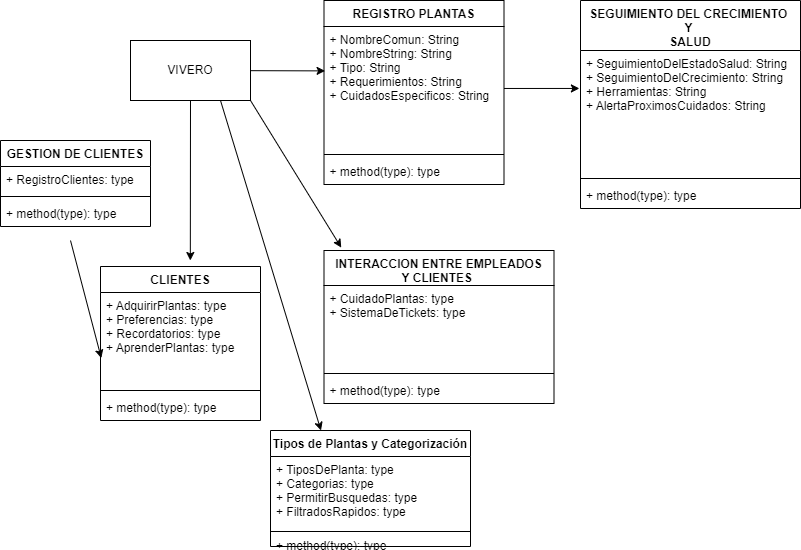
JuanEstebanGaleano/Programacion-1 keeps this draw.io diagram as Proyecto/demo/vivero.drawio.png. Above is the earlier version. Source tidied: cells renumbered, new cells last; positions are measured from the earlier drawing's top-left corner, leaving out a move shared by most shapes. Source of this version:
```xml
<mxGraphModel>
  <root>
    <mxCell id="0" />
    <mxCell id="1" parent="0" />
    <mxCell id="2" style="edgeStyle=none;html=1;entryX=0.006;entryY=0.358;entryDx=0;entryDy=0;entryPerimeter=0;" parent="1" edge="1" source="6" target="8">
      <mxGeometry relative="1" as="geometry" />
    </mxCell>
    <mxCell id="3" style="edgeStyle=none;html=1;exitX=0.5;exitY=1;exitDx=0;exitDy=0;" parent="1" edge="1" source="6">
      <mxGeometry relative="1" as="geometry">
        <mxPoint x="189.8" y="260" as="targetPoint" />
      </mxGeometry>
    </mxCell>
    <mxCell id="4" style="edgeStyle=none;html=1;exitX=1;exitY=1;exitDx=0;exitDy=0;entryX=0.075;entryY=-0.019;entryDx=0;entryDy=0;entryPerimeter=0;" parent="1" edge="1" source="6" target="20">
      <mxGeometry relative="1" as="geometry" />
    </mxCell>
    <mxCell id="5" style="edgeStyle=none;html=1;exitX=0.75;exitY=1;exitDx=0;exitDy=0;entryX=0.25;entryY=0;entryDx=0;entryDy=0;" parent="1" edge="1" source="6">
      <mxGeometry relative="1" as="geometry">
        <mxPoint x="320.5" y="430" as="targetPoint" />
      </mxGeometry>
    </mxCell>
    <mxCell id="6" value="VIVERO" style="whiteSpace=wrap;html=1;" parent="1" vertex="1">
      <mxGeometry x="130" y="40" width="120" height="60" as="geometry" />
    </mxCell>
    <mxCell id="7" value="REGISTRO PLANTAS" style="swimlane;fontStyle=1;align=center;verticalAlign=top;horizontal=1;startSize=26;" parent="1" vertex="1">
      <mxGeometry x="323.5" width="180" height="184" as="geometry" />
    </mxCell>
    <mxCell id="8" value="+ NombreComun: String&#10;+ NombreString: String&#10;+ Tipo: String&#10;+ Requerimientos: String&#10;+ CuidadosEspecificos: String&#10;&#10;&#10;&#10;&#10;" style="text;strokeColor=none;fillColor=none;align=left;verticalAlign=top;spacingLeft=4;spacingRight=4;overflow=hidden;points=[[0,0.5],[1,0.5]];portConstraint=eastwest;" parent="7" vertex="1">
      <mxGeometry y="26" width="180" height="124" as="geometry" />
    </mxCell>
    <mxCell id="9" style="line;strokeWidth=1;fillColor=none;align=left;verticalAlign=middle;spacingTop=-1;spacingLeft=3;spacingRight=3;labelPosition=right;strokeColor=inherit;" parent="7" vertex="1">
      <mxGeometry y="150" width="180" height="8" as="geometry" />
    </mxCell>
    <mxCell id="10" value="+ method(type): type" style="text;strokeColor=none;fillColor=none;align=left;verticalAlign=top;spacingLeft=4;spacingRight=4;overflow=hidden;" parent="7" vertex="1">
      <mxGeometry y="158" width="180" height="26" as="geometry" />
    </mxCell>
    <mxCell id="11" value="SEGUIMIENTO DEL CRECIMIENTO &#10;Y &#10;SALUD" style="swimlane;fontStyle=1;align=center;verticalAlign=top;horizontal=1;startSize=50;" parent="1" vertex="1">
      <mxGeometry x="580" width="220" height="208" as="geometry" />
    </mxCell>
    <mxCell id="12" value="+ SeguimientoDelEstadoSalud: String&#10;+ SeguimientoDelCrecimiento: String&#10;+ Herramientas: String&#10;+ AlertaProximosCuidados: String&#10;&#10;&#10;&#10;&#10;" style="text;strokeColor=none;fillColor=none;align=left;verticalAlign=top;spacingLeft=4;spacingRight=4;overflow=hidden;points=[[0,0.5],[1,0.5]];portConstraint=eastwest;" parent="11" vertex="1">
      <mxGeometry y="50" width="220" height="124" as="geometry" />
    </mxCell>
    <mxCell id="13" style="line;strokeWidth=1;fillColor=none;align=left;verticalAlign=middle;spacingTop=-1;spacingLeft=3;spacingRight=3;labelPosition=right;strokeColor=inherit;" parent="11" vertex="1">
      <mxGeometry y="174" width="220" height="8" as="geometry" />
    </mxCell>
    <mxCell id="14" value="+ method(type): type" style="text;strokeColor=none;fillColor=none;align=left;verticalAlign=top;spacingLeft=4;spacingRight=4;overflow=hidden;" parent="11" vertex="1">
      <mxGeometry y="182" width="220" height="26" as="geometry" />
    </mxCell>
    <mxCell id="15" style="edgeStyle=none;html=1;entryX=-0.005;entryY=0.306;entryDx=0;entryDy=0;entryPerimeter=0;" parent="1" edge="1" source="8" target="12">
      <mxGeometry relative="1" as="geometry" />
    </mxCell>
    <mxCell id="16" value="CLIENTES" style="swimlane;fontStyle=1;align=center;verticalAlign=top;horizontal=1;startSize=26;" parent="1" vertex="1">
      <mxGeometry x="100" y="266" width="160" height="154" as="geometry" />
    </mxCell>
    <mxCell id="17" value="+ AdquirirPlantas: type&#10;+ Preferencias: type&#10;+ Recordatorios: type&#10;+ AprenderPlantas: type&#10;&#10;&#10;&#10;" style="text;strokeColor=none;fillColor=none;align=left;verticalAlign=top;spacingLeft=4;spacingRight=4;overflow=hidden;points=[[0,0.5],[1,0.5]];portConstraint=eastwest;" parent="16" vertex="1">
      <mxGeometry y="26" width="160" height="94" as="geometry" />
    </mxCell>
    <mxCell id="18" style="line;strokeWidth=1;fillColor=none;align=left;verticalAlign=middle;spacingTop=-1;spacingLeft=3;spacingRight=3;labelPosition=right;strokeColor=inherit;" parent="16" vertex="1">
      <mxGeometry y="120" width="160" height="8" as="geometry" />
    </mxCell>
    <mxCell id="19" value="+ method(type): type" style="text;strokeColor=none;fillColor=none;align=left;verticalAlign=top;spacingLeft=4;spacingRight=4;overflow=hidden;points=[[0,0.5],[1,0.5]];portConstraint=eastwest;" parent="16" vertex="1">
      <mxGeometry y="128" width="160" height="26" as="geometry" />
    </mxCell>
    <mxCell id="20" value="INTERACCION ENTRE EMPLEADOS &#10;Y CLIENTES &#10;" style="swimlane;fontStyle=1;align=center;verticalAlign=top;horizontal=1;startSize=35;" parent="1" vertex="1">
      <mxGeometry x="323.5" y="250" width="230" height="153" as="geometry" />
    </mxCell>
    <mxCell id="21" value="+ CuidadoPlantas: type&#10;+ SistemaDeTickets: type&#10;" style="text;strokeColor=none;fillColor=none;align=left;verticalAlign=top;spacingLeft=4;spacingRight=4;overflow=hidden;points=[[0,0.5],[1,0.5]];portConstraint=eastwest;" parent="20" vertex="1">
      <mxGeometry y="35" width="230" height="84" as="geometry" />
    </mxCell>
    <mxCell id="22" style="line;strokeWidth=1;fillColor=none;align=left;verticalAlign=middle;spacingTop=-1;spacingLeft=3;spacingRight=3;labelPosition=right;strokeColor=inherit;" parent="20" vertex="1">
      <mxGeometry y="119" width="230" height="8" as="geometry" />
    </mxCell>
    <mxCell id="23" value="+ method(type): type" style="text;strokeColor=none;fillColor=none;align=left;verticalAlign=top;spacingLeft=4;spacingRight=4;overflow=hidden;" parent="20" vertex="1">
      <mxGeometry y="127" width="230" height="26" as="geometry" />
    </mxCell>
    <mxCell id="24" value="GESTION DE CLIENTES" style="swimlane;fontStyle=1;align=center;verticalAlign=top;horizontal=1;startSize=26;" parent="1" vertex="1">
      <mxGeometry y="140" width="150" height="86" as="geometry" />
    </mxCell>
    <mxCell id="25" value="+ RegistroClientes: type" style="text;strokeColor=none;fillColor=none;align=left;verticalAlign=top;spacingLeft=4;spacingRight=4;overflow=hidden;" parent="24" vertex="1">
      <mxGeometry y="26" width="150" height="26" as="geometry" />
    </mxCell>
    <mxCell id="26" style="line;strokeWidth=1;fillColor=none;align=left;verticalAlign=middle;spacingTop=-1;spacingLeft=3;spacingRight=3;labelPosition=right;strokeColor=inherit;" parent="24" vertex="1">
      <mxGeometry y="52" width="150" height="8" as="geometry" />
    </mxCell>
    <mxCell id="27" value="+ method(type): type" style="text;strokeColor=none;fillColor=none;align=left;verticalAlign=top;spacingLeft=4;spacingRight=4;overflow=hidden;" parent="24" vertex="1">
      <mxGeometry y="60" width="150" height="26" as="geometry" />
    </mxCell>
    <mxCell id="28" style="edgeStyle=none;html=1;entryX=0.005;entryY=0.698;entryDx=0;entryDy=0;entryPerimeter=0;" parent="1" edge="1" target="17">
      <mxGeometry relative="1" as="geometry">
        <mxPoint x="70" y="240" as="sourcePoint" />
      </mxGeometry>
    </mxCell>
    <mxCell id="29" value="Tipos de Plantas y Categorización&#10;" style="swimlane;fontStyle=1;align=center;verticalAlign=top;horizontal=1;startSize=26;" parent="1" vertex="1">
      <mxGeometry x="270" y="430" width="200" height="116" as="geometry" />
    </mxCell>
    <mxCell id="30" value="+ TiposDePlanta: type&#10;+ Categorias: type&#10;+ PermitirBusquedas: type&#10;+ FiltradosRapidos: type" style="text;strokeColor=none;fillColor=none;align=left;verticalAlign=top;spacingLeft=4;spacingRight=4;overflow=hidden;" parent="29" vertex="1">
      <mxGeometry y="26" width="200" height="74" as="geometry" />
    </mxCell>
    <mxCell id="31" style="line;strokeWidth=1;fillColor=none;align=left;verticalAlign=middle;spacingTop=-1;spacingLeft=3;spacingRight=3;labelPosition=right;strokeColor=inherit;" parent="29" vertex="1">
      <mxGeometry y="100" width="200" height="2" as="geometry" />
    </mxCell>
    <mxCell id="32" value="+ method(type): type" style="text;strokeColor=none;fillColor=none;align=left;verticalAlign=top;spacingLeft=4;spacingRight=4;overflow=hidden;" parent="29" vertex="1">
      <mxGeometry y="102" width="200" height="14" as="geometry" />
    </mxCell>
  </root>
</mxGraphModel>
```
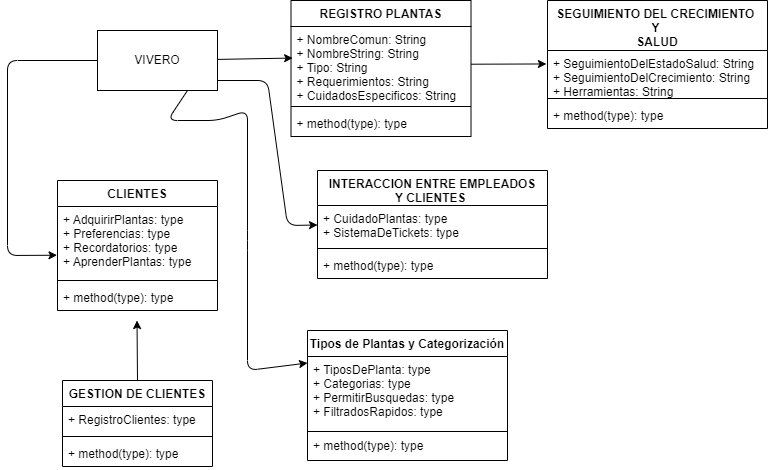
Above is the later version.

Diff of the diagram source:
```diff
@@ -2,78 +2,108 @@
   <root>
     <mxCell id="0" />
     <mxCell id="1" parent="0" />
-    <mxCell id="2" style="edgeStyle=none;html=1;entryX=0.006;entryY=0.358;entryDx=0;entryDy=0;entryPerimeter=0;" parent="1" edge="1" source="6" target="8">
-      <mxGeometry relative="1" as="geometry" />
-    </mxCell>
-    <mxCell id="3" style="edgeStyle=none;html=1;exitX=0.5;exitY=1;exitDx=0;exitDy=0;" parent="1" edge="1" source="6">
-      <mxGeometry relative="1" as="geometry">
-        <mxPoint x="189.8" y="260" as="targetPoint" />
-      </mxGeometry>
-    </mxCell>
-    <mxCell id="4" style="edgeStyle=none;html=1;exitX=1;exitY=1;exitDx=0;exitDy=0;entryX=0.075;entryY=-0.019;entryDx=0;entryDy=0;entryPerimeter=0;" parent="1" edge="1" source="6" target="20">
-      <mxGeometry relative="1" as="geometry" />
+    <mxCell id="4" style="edgeStyle=none;html=1;entryX=0;entryY=0.5;entryDx=0;entryDy=0;" parent="1" edge="1" target="21">
+      <mxGeometry relative="1" as="geometry">
+        <mxPoint x="250" y="80" as="sourcePoint" />
+        <Array as="points">
+          <mxPoint x="300" y="80" />
+          <mxPoint x="320" y="225" />
+        </Array>
+      </mxGeometry>
     </mxCell>
-    <mxCell id="5" style="edgeStyle=none;html=1;exitX=0.75;exitY=1;exitDx=0;exitDy=0;entryX=0.25;entryY=0;entryDx=0;entryDy=0;" parent="1" edge="1" source="6">
+    <mxCell id="5" style="edgeStyle=none;html=1;exitX=0.75;exitY=1;exitDx=0;exitDy=0;entryX=0;entryY=0.25;entryDx=0;entryDy=0;" parent="1" edge="1" source="6" target="29">
       <mxGeometry relative="1" as="geometry">
-        <mxPoint x="320.5" y="430" as="targetPoint" />
+        <Array as="points">
+          <mxPoint x="200" y="120" />
+          <mxPoint x="250" y="120" />
+          <mxPoint x="280" y="110" />
+          <mxPoint x="280" y="240" />
+          <mxPoint x="280" y="370" />
+        </Array>
       </mxGeometry>
     </mxCell>
+    <mxCell id="2" style="edgeStyle=none;html=1;entryX=0.009;entryY=0.415;entryDx=0;entryDy=0;entryPerimeter=0;" parent="1" edge="1" source="6" target="8">
+      <mxGeometry relative="1" as="geometry" />
+    </mxCell>
+    <mxCell id="33" style="edgeStyle=none;html=1;exitX=0;exitY=0.5;exitDx=0;exitDy=0;entryX=-0.003;entryY=0.696;entryDx=0;entryDy=0;entryPerimeter=0;" parent="1" edge="1" source="6" target="17">
+      <mxGeometry relative="1" as="geometry">
+        <Array as="points">
+          <mxPoint x="40" y="60" />
+          <mxPoint x="40" y="255" />
+        </Array>
+      </mxGeometry>
+    </mxCell>
     <mxCell id="6" value="VIVERO" style="whiteSpace=wrap;html=1;" parent="1" vertex="1">
-      <mxGeometry x="130" y="40" width="120" height="60" as="geometry" />
+      <mxGeometry x="130" y="30" width="120" height="60" as="geometry" />
     </mxCell>
     <mxCell id="7" value="REGISTRO PLANTAS" style="swimlane;fontStyle=1;align=center;verticalAlign=top;horizontal=1;startSize=26;" parent="1" vertex="1">
-      <mxGeometry x="323.5" width="180" height="184" as="geometry" />
+      <mxGeometry x="323.5" width="180" height="136" as="geometry" />
     </mxCell>
     <mxCell id="8" value="+ NombreComun: String&#10;+ NombreString: String&#10;+ Tipo: String&#10;+ Requerimientos: String&#10;+ CuidadosEspecificos: String&#10;&#10;&#10;&#10;&#10;" style="text;strokeColor=none;fillColor=none;align=left;verticalAlign=top;spacingLeft=4;spacingRight=4;overflow=hidden;points=[[0,0.5],[1,0.5]];portConstraint=eastwest;" parent="7" vertex="1">
-      <mxGeometry y="26" width="180" height="124" as="geometry" />
+      <mxGeometry y="26" width="180" height="76" as="geometry" />
     </mxCell>
     <mxCell id="9" style="line;strokeWidth=1;fillColor=none;align=left;verticalAlign=middle;spacingTop=-1;spacingLeft=3;spacingRight=3;labelPosition=right;strokeColor=inherit;" parent="7" vertex="1">
-      <mxGeometry y="150" width="180" height="8" as="geometry" />
+      <mxGeometry y="102" width="180" height="8" as="geometry" />
     </mxCell>
     <mxCell id="10" value="+ method(type): type" style="text;strokeColor=none;fillColor=none;align=left;verticalAlign=top;spacingLeft=4;spacingRight=4;overflow=hidden;" parent="7" vertex="1">
-      <mxGeometry y="158" width="180" height="26" as="geometry" />
+      <mxGeometry y="110" width="180" height="26" as="geometry" />
     </mxCell>
     <mxCell id="11" value="SEGUIMIENTO DEL CRECIMIENTO &#10;Y &#10;SALUD" style="swimlane;fontStyle=1;align=center;verticalAlign=top;horizontal=1;startSize=50;" parent="1" vertex="1">
-      <mxGeometry x="580" width="220" height="208" as="geometry" />
+      <mxGeometry x="580" width="220" height="128" as="geometry" />
     </mxCell>
     <mxCell id="12" value="+ SeguimientoDelEstadoSalud: String&#10;+ SeguimientoDelCrecimiento: String&#10;+ Herramientas: String&#10;+ AlertaProximosCuidados: String&#10;&#10;&#10;&#10;&#10;" style="text;strokeColor=none;fillColor=none;align=left;verticalAlign=top;spacingLeft=4;spacingRight=4;overflow=hidden;points=[[0,0.5],[1,0.5]];portConstraint=eastwest;" parent="11" vertex="1">
-      <mxGeometry y="50" width="220" height="124" as="geometry" />
+      <mxGeometry y="50" width="220" height="44" as="geometry" />
     </mxCell>
     <mxCell id="13" style="line;strokeWidth=1;fillColor=none;align=left;verticalAlign=middle;spacingTop=-1;spacingLeft=3;spacingRight=3;labelPosition=right;strokeColor=inherit;" parent="11" vertex="1">
-      <mxGeometry y="174" width="220" height="8" as="geometry" />
+      <mxGeometry y="94" width="220" height="8" as="geometry" />
     </mxCell>
     <mxCell id="14" value="+ method(type): type" style="text;strokeColor=none;fillColor=none;align=left;verticalAlign=top;spacingLeft=4;spacingRight=4;overflow=hidden;" parent="11" vertex="1">
-      <mxGeometry y="182" width="220" height="26" as="geometry" />
+      <mxGeometry y="102" width="220" height="26" as="geometry" />
     </mxCell>
     <mxCell id="15" style="edgeStyle=none;html=1;entryX=-0.005;entryY=0.306;entryDx=0;entryDy=0;entryPerimeter=0;" parent="1" edge="1" source="8" target="12">
       <mxGeometry relative="1" as="geometry" />
     </mxCell>
     <mxCell id="16" value="CLIENTES" style="swimlane;fontStyle=1;align=center;verticalAlign=top;horizontal=1;startSize=26;" parent="1" vertex="1">
-      <mxGeometry x="100" y="266" width="160" height="154" as="geometry" />
+      <mxGeometry x="90" y="180" width="160" height="130" as="geometry" />
     </mxCell>
     <mxCell id="17" value="+ AdquirirPlantas: type&#10;+ Preferencias: type&#10;+ Recordatorios: type&#10;+ AprenderPlantas: type&#10;&#10;&#10;&#10;" style="text;strokeColor=none;fillColor=none;align=left;verticalAlign=top;spacingLeft=4;spacingRight=4;overflow=hidden;points=[[0,0.5],[1,0.5]];portConstraint=eastwest;" parent="16" vertex="1">
-      <mxGeometry y="26" width="160" height="94" as="geometry" />
+      <mxGeometry y="26" width="160" height="70" as="geometry" />
     </mxCell>
     <mxCell id="18" style="line;strokeWidth=1;fillColor=none;align=left;verticalAlign=middle;spacingTop=-1;spacingLeft=3;spacingRight=3;labelPosition=right;strokeColor=inherit;" parent="16" vertex="1">
-      <mxGeometry y="120" width="160" height="8" as="geometry" />
+      <mxGeometry y="96" width="160" height="8" as="geometry" />
     </mxCell>
     <mxCell id="19" value="+ method(type): type" style="text;strokeColor=none;fillColor=none;align=left;verticalAlign=top;spacingLeft=4;spacingRight=4;overflow=hidden;points=[[0,0.5],[1,0.5]];portConstraint=eastwest;" parent="16" vertex="1">
-      <mxGeometry y="128" width="160" height="26" as="geometry" />
+      <mxGeometry y="104" width="160" height="26" as="geometry" />
     </mxCell>
     <mxCell id="20" value="INTERACCION ENTRE EMPLEADOS &#10;Y CLIENTES &#10;" style="swimlane;fontStyle=1;align=center;verticalAlign=top;horizontal=1;startSize=35;" parent="1" vertex="1">
-      <mxGeometry x="323.5" y="250" width="230" height="153" as="geometry" />
+      <mxGeometry x="350" y="170" width="230" height="108" as="geometry" />
     </mxCell>
     <mxCell id="21" value="+ CuidadoPlantas: type&#10;+ SistemaDeTickets: type&#10;" style="text;strokeColor=none;fillColor=none;align=left;verticalAlign=top;spacingLeft=4;spacingRight=4;overflow=hidden;points=[[0,0.5],[1,0.5]];portConstraint=eastwest;" parent="20" vertex="1">
-      <mxGeometry y="35" width="230" height="84" as="geometry" />
+      <mxGeometry y="35" width="230" height="39" as="geometry" />
     </mxCell>
     <mxCell id="22" style="line;strokeWidth=1;fillColor=none;align=left;verticalAlign=middle;spacingTop=-1;spacingLeft=3;spacingRight=3;labelPosition=right;strokeColor=inherit;" parent="20" vertex="1">
-      <mxGeometry y="119" width="230" height="8" as="geometry" />
+      <mxGeometry y="74" width="230" height="8" as="geometry" />
     </mxCell>
     <mxCell id="23" value="+ method(type): type" style="text;strokeColor=none;fillColor=none;align=left;verticalAlign=top;spacingLeft=4;spacingRight=4;overflow=hidden;" parent="20" vertex="1">
-      <mxGeometry y="127" width="230" height="26" as="geometry" />
+      <mxGeometry y="82" width="230" height="26" as="geometry" />
     </mxCell>
+    <mxCell id="29" value="Tipos de Plantas y Categorización&#10;" style="swimlane;fontStyle=1;align=center;verticalAlign=top;horizontal=1;startSize=26;" parent="1" vertex="1">
+      <mxGeometry x="340" y="330" width="200" height="130" as="geometry" />
+    </mxCell>
+    <mxCell id="30" value="+ TiposDePlanta: type&#10;+ Categorias: type&#10;+ PermitirBusquedas: type&#10;+ FiltradosRapidos: type" style="text;strokeColor=none;fillColor=none;align=left;verticalAlign=top;spacingLeft=4;spacingRight=4;overflow=hidden;" parent="29" vertex="1">
+      <mxGeometry y="26" width="200" height="74" as="geometry" />
+    </mxCell>
+    <mxCell id="31" style="line;strokeWidth=1;fillColor=none;align=left;verticalAlign=middle;spacingTop=-1;spacingLeft=3;spacingRight=3;labelPosition=right;strokeColor=inherit;" parent="29" vertex="1">
+      <mxGeometry y="100" width="200" height="2" as="geometry" />
+    </mxCell>
+    <mxCell id="32" value="+ method(type): type" style="text;strokeColor=none;fillColor=none;align=left;verticalAlign=top;spacingLeft=4;spacingRight=4;overflow=hidden;" parent="29" vertex="1">
+      <mxGeometry y="102" width="200" height="28" as="geometry" />
+    </mxCell>
+    <mxCell id="34" style="edgeStyle=none;html=1;exitX=0.5;exitY=0;exitDx=0;exitDy=0;entryX=0.497;entryY=1.385;entryDx=0;entryDy=0;entryPerimeter=0;" parent="1" edge="1" source="24" target="19">
+      <mxGeometry relative="1" as="geometry" />
+    </mxCell>
     <mxCell id="24" value="GESTION DE CLIENTES" style="swimlane;fontStyle=1;align=center;verticalAlign=top;horizontal=1;startSize=26;" parent="1" vertex="1">
-      <mxGeometry y="140" width="150" height="86" as="geometry" />
+      <mxGeometry x="95" y="380" width="150" height="86" as="geometry" />
     </mxCell>
     <mxCell id="25" value="+ RegistroClientes: type" style="text;strokeColor=none;fillColor=none;align=left;verticalAlign=top;spacingLeft=4;spacingRight=4;overflow=hidden;" parent="24" vertex="1">
       <mxGeometry y="26" width="150" height="26" as="geometry" />
@@ -84,22 +114,5 @@
     <mxCell id="27" value="+ method(type): type" style="text;strokeColor=none;fillColor=none;align=left;verticalAlign=top;spacingLeft=4;spacingRight=4;overflow=hidden;" parent="24" vertex="1">
       <mxGeometry y="60" width="150" height="26" as="geometry" />
     </mxCell>
-    <mxCell id="28" style="edgeStyle=none;html=1;entryX=0.005;entryY=0.698;entryDx=0;entryDy=0;entryPerimeter=0;" parent="1" edge="1" target="17">
-      <mxGeometry relative="1" as="geometry">
-        <mxPoint x="70" y="240" as="sourcePoint" />
-      </mxGeometry>
-    </mxCell>
-    <mxCell id="29" value="Tipos de Plantas y Categorización&#10;" style="swimlane;fontStyle=1;align=center;verticalAlign=top;horizontal=1;startSize=26;" parent="1" vertex="1">
-      <mxGeometry x="270" y="430" width="200" height="116" as="geometry" />
-    </mxCell>
-    <mxCell id="30" value="+ TiposDePlanta: type&#10;+ Categorias: type&#10;+ PermitirBusquedas: type&#10;+ FiltradosRapidos: type" style="text;strokeColor=none;fillColor=none;align=left;verticalAlign=top;spacingLeft=4;spacingRight=4;overflow=hidden;" parent="29" vertex="1">
-      <mxGeometry y="26" width="200" height="74" as="geometry" />
-    </mxCell>
-    <mxCell id="31" style="line;strokeWidth=1;fillColor=none;align=left;verticalAlign=middle;spacingTop=-1;spacingLeft=3;spacingRight=3;labelPosition=right;strokeColor=inherit;" parent="29" vertex="1">
-      <mxGeometry y="100" width="200" height="2" as="geometry" />
-    </mxCell>
-    <mxCell id="32" value="+ method(type): type" style="text;strokeColor=none;fillColor=none;align=left;verticalAlign=top;spacingLeft=4;spacingRight=4;overflow=hidden;" parent="29" vertex="1">
-      <mxGeometry y="102" width="200" height="14" as="geometry" />
-    </mxCell>
   </root>
 </mxGraphModel>
```
